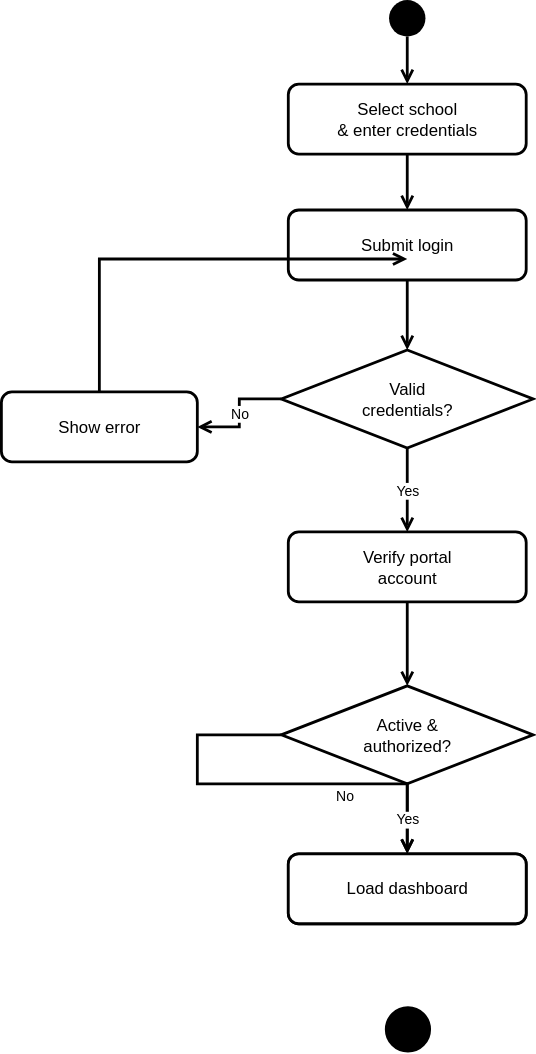
Before: design/activity-diagrams/login-activity.svg, a diagram exported from draw.io (blissed-out/cse_220_week_8). Source tidied: cells renumbered, new cells last; positions are measured from the earlier drawing's top-left corner, leaving out a move shared by most shapes.
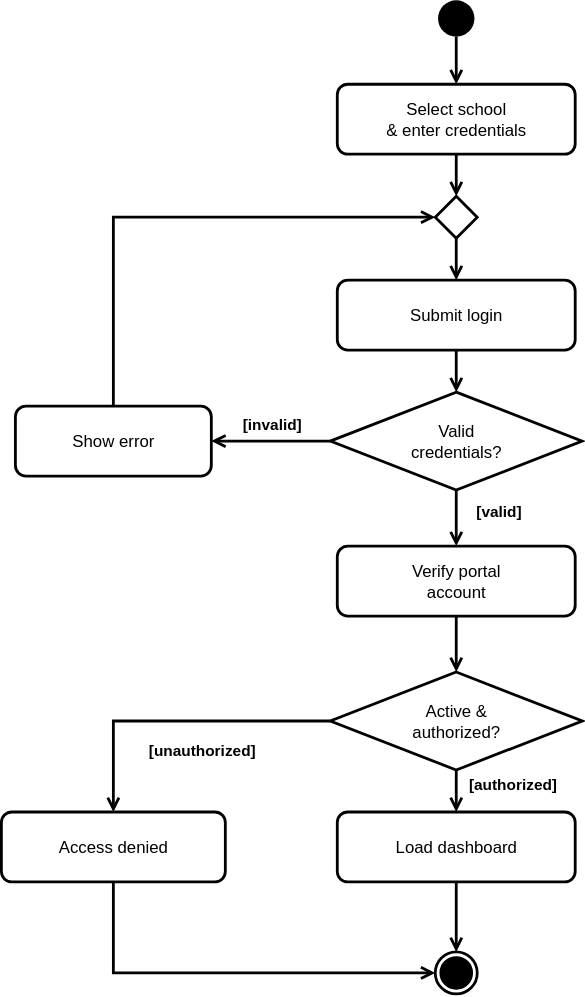
After the change.

Commit message:
fix(design): standardize login activity diagram UML conventions

What changed in the source:
```diff
@@ -3,100 +3,122 @@
     <mxCell id="0" />
     <mxCell id="1" parent="0" />
     <mxCell id="2" style="ellipse;shape=ellipse;fillColor=#000000;strokeColor=none;html=1;" parent="1" vertex="1">
-      <mxGeometry x="277" width="26" height="26" as="geometry" />
+      <mxGeometry x="302" width="26" height="26" as="geometry" />
     </mxCell>
     <mxCell id="3" value="Select school&#10;&amp; enter credentials" style="rounded=1;whiteSpace=wrap;html=1;fillColor=#ffffff;strokeColor=#000000;fontSize=12;strokeWidth=2;fontColor=#000000;" parent="1" vertex="1">
-      <mxGeometry x="205" y="60" width="170" height="50" as="geometry" />
+      <mxGeometry x="230" y="60" width="170" height="50" as="geometry" />
     </mxCell>
+    <mxCell id="21" style="shape=rhombus;whiteSpace=wrap;html=1;fillColor=#ffffff;strokeColor=#000000;strokeWidth=2;" parent="1" vertex="1">
+      <mxGeometry x="300" y="140" width="30" height="30" as="geometry" />
+    </mxCell>
     <mxCell id="4" value="Submit login" style="rounded=1;whiteSpace=wrap;html=1;fillColor=#ffffff;strokeColor=#000000;fontSize=12;strokeWidth=2;fontColor=#000000;" parent="1" vertex="1">
-      <mxGeometry x="205" y="150" width="170" height="50" as="geometry" />
+      <mxGeometry x="230" y="200" width="170" height="50" as="geometry" />
     </mxCell>
     <mxCell id="5" value="Valid&#10;credentials?" style="shape=rhombus;whiteSpace=wrap;html=1;fillColor=#ffffff;strokeColor=#000000;fontSize=12;strokeWidth=2;fontColor=#000000;" parent="1" vertex="1">
-      <mxGeometry x="200" y="250" width="180" height="70" as="geometry" />
+      <mxGeometry x="225" y="280" width="180" height="70" as="geometry" />
     </mxCell>
     <mxCell id="6" value="Show error" style="rounded=1;whiteSpace=wrap;html=1;fillColor=#ffffff;strokeColor=#000000;fontSize=12;strokeWidth=2;fontColor=#000000;" parent="1" vertex="1">
-      <mxGeometry y="280" width="140" height="50" as="geometry" />
+      <mxGeometry y="290" width="140" height="50" as="geometry" />
     </mxCell>
     <mxCell id="7" value="Verify portal&#10;account" style="rounded=1;whiteSpace=wrap;html=1;fillColor=#ffffff;strokeColor=#000000;fontSize=12;strokeWidth=2;fontColor=#000000;" parent="1" vertex="1">
-      <mxGeometry x="205" y="380" width="170" height="50" as="geometry" />
+      <mxGeometry x="230" y="390" width="170" height="50" as="geometry" />
     </mxCell>
     <mxCell id="8" value="Active &amp;&#10;authorized?" style="shape=rhombus;whiteSpace=wrap;html=1;fillColor=#ffffff;strokeColor=#000000;fontSize=12;strokeWidth=2;fontColor=#000000;" parent="1" vertex="1">
-      <mxGeometry x="200" y="490" width="180" height="70" as="geometry" />
+      <mxGeometry x="225" y="480" width="180" height="70" as="geometry" />
     </mxCell>
     <mxCell id="9" value="Access denied" style="rounded=1;whiteSpace=wrap;html=1;fillColor=#ffffff;strokeColor=#000000;fontSize=12;strokeWidth=2;fontColor=#000000;" parent="1" vertex="1">
-      <mxGeometry x="205" y="610" width="170" height="50" as="geometry" />
+      <mxGeometry x="-10" y="580" width="160" height="50" as="geometry" />
     </mxCell>
     <mxCell id="10" value="Load dashboard" style="rounded=1;whiteSpace=wrap;html=1;fillColor=#ffffff;strokeColor=#000000;fontSize=12;strokeWidth=2;fontColor=#000000;" parent="1" vertex="1">
-      <mxGeometry x="205" y="610" width="170" height="50" as="geometry" />
+      <mxGeometry x="230" y="580" width="170" height="50" as="geometry" />
     </mxCell>
-    <mxCell id="11" style="ellipse;shape=ellipse;fillColor=#000000;strokeColor=#000000;html=1;strokeWidth=3;" parent="1" vertex="1">
-      <mxGeometry x="275" y="720" width="30" height="30" as="geometry" />
+    <mxCell id="11" style="ellipse;html=1;shape=endState;fillColor=#000000;strokeColor=#000000;strokeWidth=2;" parent="1" vertex="1">
+      <mxGeometry x="300" y="680" width="30" height="30" as="geometry" />
     </mxCell>
     <mxCell id="12" style="endArrow=open;endFill=0;html=1;rounded=0;fontSize=10;strokeWidth=2;strokeColor=#000000;" parent="1" edge="1">
       <mxGeometry as="geometry">
-        <mxPoint x="290" y="26" as="sourcePoint" />
-        <mxPoint x="290" y="60" as="targetPoint" />
+        <mxPoint x="315" y="26" as="sourcePoint" />
+        <mxPoint x="315" y="60" as="targetPoint" />
       </mxGeometry>
     </mxCell>
     <mxCell id="13" style="endArrow=open;endFill=0;html=1;rounded=0;fontSize=10;strokeWidth=2;strokeColor=#000000;" parent="1" edge="1">
       <mxGeometry as="geometry">
-        <mxPoint x="290" y="110" as="sourcePoint" />
-        <mxPoint x="290" y="150" as="targetPoint" />
+        <mxPoint x="315" y="110" as="sourcePoint" />
+        <mxPoint x="315" y="140" as="targetPoint" />
       </mxGeometry>
     </mxCell>
     <mxCell id="14" style="endArrow=open;endFill=0;html=1;rounded=0;fontSize=10;strokeWidth=2;strokeColor=#000000;" parent="1" edge="1">
       <mxGeometry as="geometry">
-        <mxPoint x="290" y="200" as="sourcePoint" />
-        <mxPoint x="290" y="250" as="targetPoint" />
+        <mxPoint x="315" y="170" as="sourcePoint" />
+        <mxPoint x="315" y="200" as="targetPoint" />
       </mxGeometry>
     </mxCell>
-    <mxCell id="15" value="No" style="endArrow=open;endFill=0;html=1;rounded=0;fontSize=10;strokeWidth=2;fontColor=#000000;strokeColor=#000000;" parent="1" edge="1">
+    <mxCell id="15" style="endArrow=open;endFill=0;html=1;rounded=0;fontSize=10;strokeWidth=2;strokeColor=#000000;" parent="1" edge="1">
       <mxGeometry as="geometry">
-        <mxPoint x="200" y="285" as="sourcePoint" />
-        <mxPoint x="140" y="305" as="targetPoint" />
-        <Array as="points">
-          <mxPoint x="170" y="285" />
-          <mxPoint x="170" y="305" />
-        </Array>
+        <mxPoint x="315" y="250" as="sourcePoint" />
+        <mxPoint x="315" y="280" as="targetPoint" />
       </mxGeometry>
     </mxCell>
-    <mxCell id="16" style="endArrow=open;endFill=0;html=1;rounded=0;fontSize=10;strokeWidth=2;strokeColor=#000000;" parent="1" edge="1">
+    <mxCell id="16" value="[invalid]" style="endArrow=open;endFill=0;html=1;rounded=0;fontSize=11;fontColor=#000000;fontStyle=1;strokeWidth=2;strokeColor=#000000;" parent="1" edge="1">
       <mxGeometry as="geometry">
-        <mxPoint x="70" y="280" as="sourcePoint" />
-        <mxPoint x="290" y="185" as="targetPoint" />
-        <Array as="points">
-          <mxPoint x="70" y="185" />
-        </Array>
+        <mxPoint x="225" y="315" as="sourcePoint" />
+        <mxPoint x="140" y="315" as="targetPoint" />
+        <mxPoint y="-12" as="offset" />
       </mxGeometry>
     </mxCell>
-    <mxCell id="17" value="Yes" style="endArrow=open;endFill=0;html=1;rounded=0;fontSize=10;strokeWidth=2;fontColor=#000000;strokeColor=#000000;" parent="1" edge="1">
+    <mxCell id="17" style="endArrow=open;endFill=0;html=1;rounded=0;fontSize=10;strokeWidth=2;strokeColor=#000000;" parent="1" edge="1">
       <mxGeometry as="geometry">
-        <mxPoint x="290" y="320" as="sourcePoint" />
-        <mxPoint x="290" y="380" as="targetPoint" />
+        <mxPoint x="70" y="290" as="sourcePoint" />
+        <mxPoint x="300" y="155" as="targetPoint" />
+        <Array as="points">
+          <mxPoint x="70" y="155" />
+        </Array>
       </mxGeometry>
     </mxCell>
-    <mxCell id="18" style="endArrow=open;endFill=0;html=1;rounded=0;fontSize=10;strokeWidth=2;strokeColor=#000000;" parent="1" edge="1">
+    <mxCell id="18" value="[valid]" style="endArrow=open;endFill=0;html=1;rounded=0;fontSize=11;fontColor=#000000;fontStyle=1;strokeWidth=2;strokeColor=#000000;" parent="1" edge="1">
       <mxGeometry as="geometry">
-        <mxPoint x="290" y="430" as="sourcePoint" />
-        <mxPoint x="290" y="490" as="targetPoint" />
+        <mxPoint x="315" y="350" as="sourcePoint" />
+        <mxPoint x="315" y="390" as="targetPoint" />
+        <mxPoint x="30" y="-5" as="offset" />
       </mxGeometry>
     </mxCell>
-    <mxCell id="19" value="No" style="endArrow=open;endFill=0;html=1;rounded=0;fontSize=10;strokeWidth=2;fontColor=#000000;strokeColor=#000000;" parent="1" edge="1">
+    <mxCell id="19" style="endArrow=open;endFill=0;html=1;rounded=0;fontSize=10;strokeWidth=2;strokeColor=#000000;" parent="1" edge="1">
       <mxGeometry as="geometry">
-        <mxPoint x="200" y="525" as="sourcePoint" />
-        <mxPoint x="290" y="610" as="targetPoint" />
-        <Array as="points">
-          <mxPoint x="140" y="525" />
-          <mxPoint x="140" y="560" />
-          <mxPoint x="290" y="560" />
-        </Array>
+        <mxPoint x="315" y="440" as="sourcePoint" />
+        <mxPoint x="315" y="480" as="targetPoint" />
       </mxGeometry>
     </mxCell>
-    <mxCell id="20" value="Yes" style="endArrow=open;endFill=0;html=1;rounded=0;fontSize=10;strokeWidth=2;fontColor=#000000;strokeColor=#000000;" parent="1" edge="1">
+    <mxCell id="20" value="[unauthorized]" style="endArrow=open;endFill=0;html=1;rounded=0;fontSize=11;fontColor=#000000;fontStyle=1;strokeWidth=2;strokeColor=#000000;" parent="1" edge="1">
       <mxGeometry as="geometry">
-        <mxPoint x="290" y="560" as="sourcePoint" />
-        <mxPoint x="290" y="610" as="targetPoint" />
+        <mxPoint x="225" y="515" as="sourcePoint" />
+        <mxPoint x="70" y="580" as="targetPoint" />
+        <Array as="points">
+          <mxPoint x="70" y="515" />
+        </Array>
+        <mxPoint x="-15" y="-12" as="offset" />
       </mxGeometry>
     </mxCell>
+    <mxCell id="22" value="[authorized]" style="endArrow=open;endFill=0;html=1;rounded=0;fontSize=11;fontColor=#000000;fontStyle=1;strokeWidth=2;strokeColor=#000000;" parent="1" edge="1">
+      <mxGeometry as="geometry">
+        <mxPoint x="315" y="550" as="sourcePoint" />
+        <mxPoint x="315" y="580" as="targetPoint" />
+        <mxPoint x="40" y="-5" as="offset" />
+      </mxGeometry>
+    </mxCell>
+    <mxCell id="23" style="endArrow=open;endFill=0;html=1;rounded=0;fontSize=10;strokeWidth=2;strokeColor=#000000;" parent="1" edge="1">
+      <mxGeometry as="geometry">
+        <mxPoint x="315" y="630" as="sourcePoint" />
+        <mxPoint x="315" y="680" as="targetPoint" />
+      </mxGeometry>
+    </mxCell>
+    <mxCell id="24" style="endArrow=open;endFill=0;html=1;rounded=0;fontSize=10;strokeWidth=2;strokeColor=#000000;" parent="1" edge="1">
+      <mxGeometry as="geometry">
+        <mxPoint x="70" y="630" as="sourcePoint" />
+        <mxPoint x="300" y="695" as="targetPoint" />
+        <Array as="points">
+          <mxPoint x="70" y="695" />
+        </Array>
+      </mxGeometry>
+    </mxCell>
   </root>
 </mxGraphModel>
```
